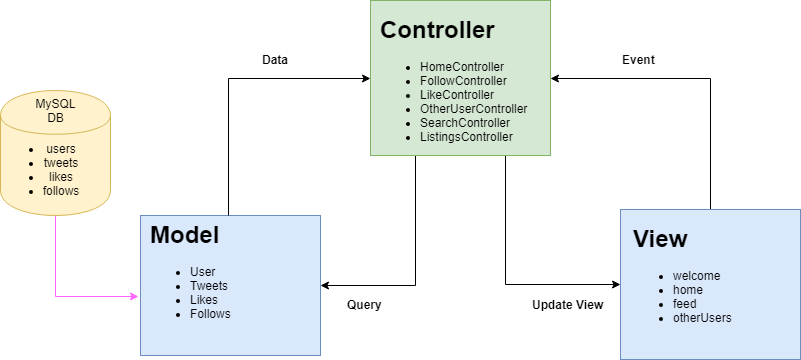
This is Architecture Diagram/architecture_diagram.png from q-flux/SOEN341, a draw.io export, as it was before one commit. Source tidied: cells renumbered, new cells last; positions are measured from the earlier drawing's top-left corner, leaving out a move shared by most shapes.
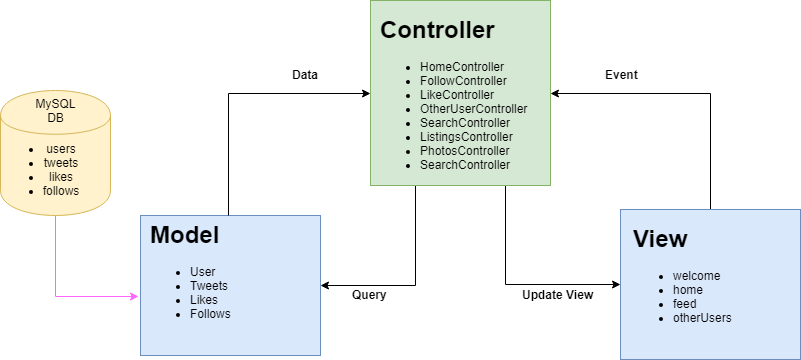
After the change.

Commit message:
Updated Architecture Diagram #66

Change to the diagram source:
```diff
@@ -9,10 +9,10 @@
       <mxGeometry relative="1" as="geometry" />
     </mxCell>
     <mxCell id="4" style="rounded=0;whiteSpace=wrap;html=1;fillColor=#d5e8d4;strokeColor=#82b366;" parent="1" vertex="1">
-      <mxGeometry x="370" width="180" height="155" as="geometry" />
+      <mxGeometry x="370" width="180" height="185" as="geometry" />
     </mxCell>
-    <mxCell id="5" value="&lt;h1&gt;Controller&lt;/h1&gt;&lt;p&gt;&lt;/p&gt;&lt;ul&gt;&lt;li&gt;HomeController&lt;/li&gt;&lt;li&gt;FollowController&lt;/li&gt;&lt;li&gt;LikeController&lt;/li&gt;&lt;li&gt;OtherUserController&lt;/li&gt;&lt;li&gt;SearchController&lt;/li&gt;&lt;li&gt;ListingsController&lt;/li&gt;&lt;/ul&gt;&lt;p&gt;&lt;/p&gt;" style="text;html=1;spacing=5;spacingTop=-20;whiteSpace=wrap;overflow=hidden;rounded=0;" parent="1" vertex="1">
-      <mxGeometry x="375" y="10" width="165" height="135" as="geometry" />
+    <mxCell id="5" value="&lt;h1&gt;Controller&lt;/h1&gt;&lt;p&gt;&lt;/p&gt;&lt;ul&gt;&lt;li&gt;HomeController&lt;/li&gt;&lt;li&gt;FollowController&lt;/li&gt;&lt;li&gt;LikeController&lt;/li&gt;&lt;li&gt;OtherUserController&lt;/li&gt;&lt;li&gt;SearchController&lt;/li&gt;&lt;li&gt;ListingsController&lt;/li&gt;&lt;li&gt;PhotosController&lt;/li&gt;&lt;li&gt;SearchController&lt;/li&gt;&lt;/ul&gt;&lt;p&gt;&lt;/p&gt;" style="text;html=1;spacing=5;spacingTop=-20;whiteSpace=wrap;overflow=hidden;rounded=0;" parent="1" vertex="1">
+      <mxGeometry x="375" y="10" width="165" height="175" as="geometry" />
     </mxCell>
     <mxCell id="6" style="rounded=0;whiteSpace=wrap;html=1;fillColor=#dae8fc;strokeColor=#6c8ebf;" parent="1" vertex="1">
       <mxGeometry x="140" y="215" width="180" height="140" as="geometry" />
@@ -45,16 +45,16 @@
       <mxGeometry x="35" y="100" width="40" height="20" as="geometry" />
     </mxCell>
     <mxCell id="16" value="&lt;b&gt;Data&lt;/b&gt;" style="text;html=1;align=left;verticalAlign=top;spacingTop=-4;" parent="1" vertex="1">
-      <mxGeometry x="260" y="50" width="40" height="20" as="geometry" />
+      <mxGeometry x="290" y="65" width="40" height="20" as="geometry" />
     </mxCell>
     <mxCell id="17" value="&lt;b&gt;Event&lt;/b&gt;" style="text;html=1;align=left;verticalAlign=top;spacingTop=-4;" parent="1" vertex="1">
-      <mxGeometry x="620" y="50" width="50" height="20" as="geometry" />
+      <mxGeometry x="602.5" y="65" width="50" height="20" as="geometry" />
     </mxCell>
     <mxCell id="18" value="&lt;b&gt;Query&lt;/b&gt;" style="text;html=1;align=left;verticalAlign=top;spacingTop=-4;" parent="1" vertex="1">
-      <mxGeometry x="345" y="295" width="50" height="20" as="geometry" />
+      <mxGeometry x="350" y="285" width="50" height="20" as="geometry" />
     </mxCell>
     <mxCell id="19" value="&lt;b&gt;Update View&lt;/b&gt;" style="text;html=1;align=left;verticalAlign=top;spacingTop=-4;" parent="1" vertex="1">
-      <mxGeometry x="530" y="295" width="90" height="20" as="geometry" />
+      <mxGeometry x="520" y="285" width="90" height="20" as="geometry" />
     </mxCell>
   </root>
 </mxGraphModel>
```
